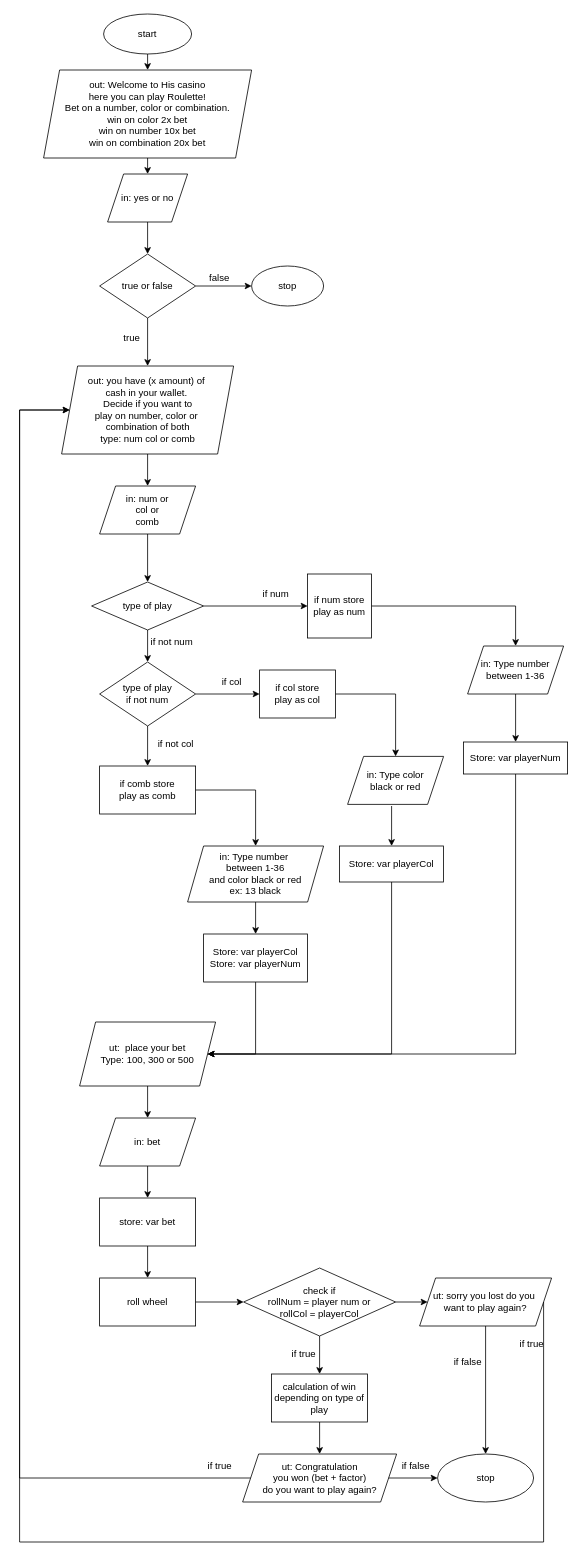
The draw.io diagram roulette.drawio in Bjarnehall/cplusplus, before the edit. Source tidied: cells renumbered, new cells numbered last; positions are measured from the earlier drawing's top-left corner, leaving out a move shared by most shapes. Both pictures are drawn from the tidied source at 80%, with x=0, y=0 at pixel (19, 14).
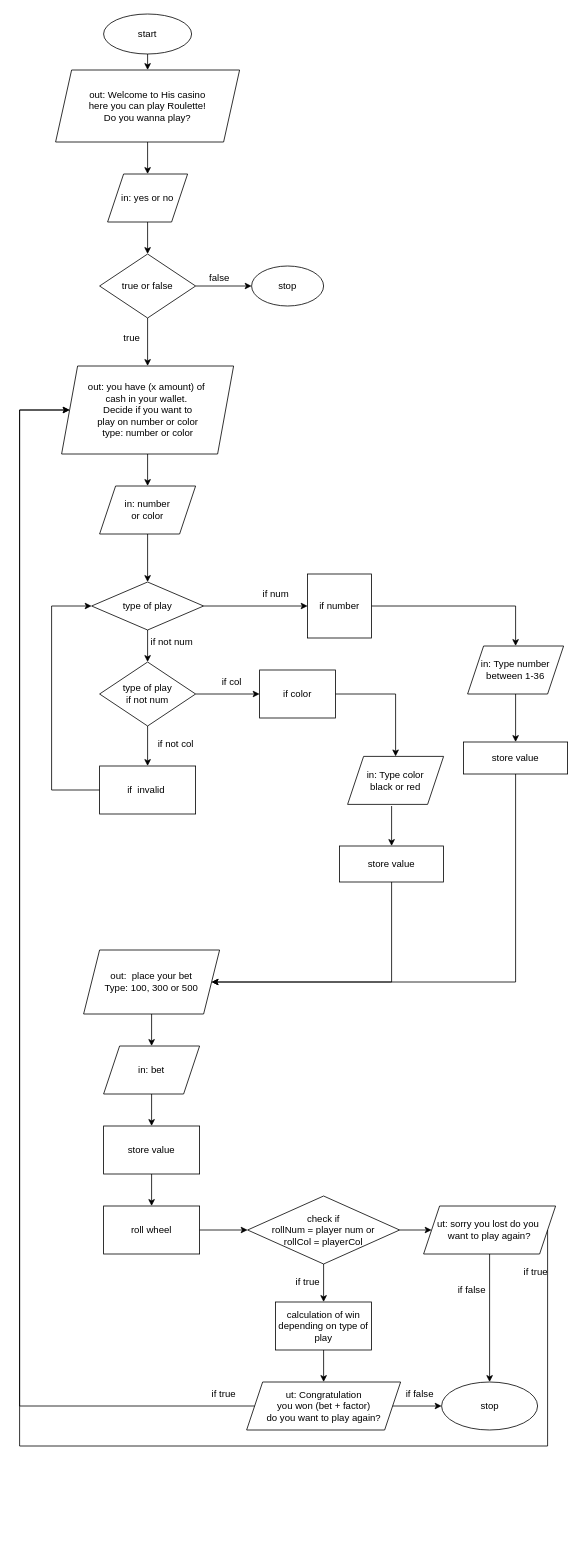
Above is the later version.

Unchanged cells that the change refers to:
```xml
<mxCell id="19" value="type of play" style="rhombus;whiteSpace=wrap;html=1;" parent="1" vertex="1">
  <mxGeometry x="90" y="710" width="140" height="60" as="geometry" />
</mxCell>
```

The edit, as a diff of the source:
```diff
@@
-    <mxCell id="3" value="out: Welcome to His casino&lt;div&gt;here you can play Roulette!&lt;/div&gt;&lt;div&gt;Bet on a number, color or combination.&lt;/div&gt;&lt;div&gt;win on color 2x bet&lt;/div&gt;&lt;div&gt;win on number 10x bet&lt;/div&gt;&lt;div&gt;win on combination 20x bet&lt;/div&gt;" style="shape=parallelogram;perimeter=parallelogramPerimeter;whiteSpace=wrap;html=1;fixedSize=1;" parent="1" vertex="1">
-      <mxGeometry x="30" y="70" width="260" height="110" as="geometry" />
+    <mxCell id="3" value="out: Welcome to His casino&lt;div&gt;here you can play Roulette!&lt;/div&gt;&lt;div&gt;Do you wanna play?&lt;/div&gt;" style="shape=parallelogram;perimeter=parallelogramPerimeter;whiteSpace=wrap;html=1;fixedSize=1;" parent="1" vertex="1">
+      <mxGeometry x="45" y="70" width="230" height="90" as="geometry" />
     </mxCell>
@@
-    <mxCell id="13" value="&lt;div&gt;&lt;br&gt;&lt;/div&gt;out: you have (x amount) of&amp;nbsp;&lt;div&gt;cash&amp;nbsp;&lt;span style=&quot;background-color: initial;&quot;&gt;in your wallet.&amp;nbsp;&lt;/span&gt;&lt;div&gt;&lt;div&gt;Decide if you want to&lt;div&gt;play on number, color or&amp;nbsp;&lt;/div&gt;&lt;div&gt;combination of both&lt;br&gt;&lt;div&gt;&lt;span style=&quot;background-color: initial;&quot;&gt;type: num col or comb&lt;/span&gt;&lt;/div&gt;&lt;/div&gt;&lt;/div&gt;&lt;/div&gt;&lt;/div&gt;&lt;div&gt;&lt;br&gt;&lt;/div&gt;" style="shape=parallelogram;perimeter=parallelogramPerimeter;whiteSpace=wrap;html=1;fixedSize=1;" parent="1" vertex="1">
+    <mxCell id="13" value="&lt;div&gt;&lt;br&gt;&lt;/div&gt;out: you have (x amount) of&amp;nbsp;&lt;div&gt;cash&amp;nbsp;&lt;span style=&quot;background-color: initial;&quot;&gt;in your wallet.&amp;nbsp;&lt;/span&gt;&lt;div&gt;&lt;div&gt;Decide if you want to&lt;div&gt;play on number or color&lt;/div&gt;&lt;div&gt;&lt;div&gt;&lt;span style=&quot;background-color: initial;&quot;&gt;type: number or color&lt;/span&gt;&lt;/div&gt;&lt;/div&gt;&lt;/div&gt;&lt;/div&gt;&lt;/div&gt;&lt;div&gt;&lt;br&gt;&lt;/div&gt;" style="shape=parallelogram;perimeter=parallelogramPerimeter;whiteSpace=wrap;html=1;fixedSize=1;" parent="1" vertex="1">
       <mxGeometry x="52.5" y="440" width="215" height="110" as="geometry" />
     </mxCell>
@@
-    <mxCell id="15" value="in: num or&lt;div&gt;col or&lt;/div&gt;&lt;div&gt;comb&lt;/div&gt;" style="shape=parallelogram;perimeter=parallelogramPerimeter;whiteSpace=wrap;html=1;fixedSize=1;" parent="1" vertex="1">
+    <mxCell id="15" value="in: number&lt;div&gt;or color&lt;/div&gt;" style="shape=parallelogram;perimeter=parallelogramPerimeter;whiteSpace=wrap;html=1;fixedSize=1;" parent="1" vertex="1">
       <mxGeometry x="100" y="590" width="120" height="60" as="geometry" />
     </mxCell>
@@
-    <mxCell id="17" value="if col store&lt;div&gt;play as col&lt;/div&gt;" style="rounded=0;whiteSpace=wrap;html=1;" parent="1" vertex="1">
+    <mxCell id="17" value="if color" style="rounded=0;whiteSpace=wrap;html=1;" parent="1" vertex="1">
       <mxGeometry x="300" y="820" width="95" height="60" as="geometry" />
     </mxCell>
@@
-    <mxCell id="20" value="if num store&lt;div&gt;play as num&lt;/div&gt;" style="whiteSpace=wrap;html=1;" parent="1" vertex="1">
+    <mxCell id="20" value="if number" style="whiteSpace=wrap;html=1;" parent="1" vertex="1">
       <mxGeometry x="360" y="700" width="80" height="80" as="geometry" />
     </mxCell>
@@
-    <mxCell id="27" value="if comb store&lt;div&gt;play as comb&lt;/div&gt;" style="rounded=0;whiteSpace=wrap;html=1;" parent="1" vertex="1">
+    <mxCell id="27" value="if&amp;nbsp; invalid&amp;nbsp;" style="rounded=0;whiteSpace=wrap;html=1;" parent="1" vertex="1">
       <mxGeometry x="100" y="940" width="120" height="60" as="geometry" />
     </mxCell>
@@
-    <mxCell id="34" value="in: Type number&amp;nbsp;&lt;div&gt;between 1-36&lt;/div&gt;&lt;div&gt;and color black or red&lt;/div&gt;&lt;div&gt;ex: 13 black&lt;/div&gt;" style="shape=parallelogram;perimeter=parallelogramPerimeter;whiteSpace=wrap;html=1;fixedSize=1;" parent="1" vertex="1">
-      <mxGeometry x="210" y="1040" width="170" height="70" as="geometry" />
-    </mxCell>
@@
-    <mxCell id="37" style="endArrow=classic;html=1;rounded=0;exitX=1;exitY=0.5;exitDx=0;exitDy=0;entryX=0.5;entryY=0;entryDx=0;entryDy=0;" parent="1" edge="1" source="27" target="34">
-      <mxGeometry relative="1" as="geometry">
-        <Array as="points">
-          <mxPoint x="295" y="970" />
-        </Array>
-      </mxGeometry>
-    </mxCell>
-    <mxCell id="38" value="Store: var playerCol&lt;div&gt;Store: var playerNum&lt;/div&gt;" style="rounded=0;whiteSpace=wrap;html=1;" parent="1" vertex="1">
-      <mxGeometry x="230" y="1150" width="130" height="60" as="geometry" />
-    </mxCell>
-    <mxCell id="39" value="Store: var playerCol" style="rounded=0;whiteSpace=wrap;html=1;" parent="1" vertex="1">
+    <mxCell id="39" value="store value" style="rounded=0;whiteSpace=wrap;html=1;" parent="1" vertex="1">
       <mxGeometry x="400" y="1040" width="130" height="45" as="geometry" />
     </mxCell>
-    <mxCell id="40" value="&lt;div&gt;Store: var playerNum&lt;/div&gt;" style="rounded=0;whiteSpace=wrap;html=1;" parent="1" vertex="1">
+    <mxCell id="40" value="&lt;div&gt;store value&lt;/div&gt;" style="rounded=0;whiteSpace=wrap;html=1;" parent="1" vertex="1">
       <mxGeometry x="555" y="910" width="130" height="40" as="geometry" />
     </mxCell>
@@
-    <mxCell id="43" style="endArrow=classic;html=1;rounded=0;exitX=0.5;exitY=1;exitDx=0;exitDy=0;entryX=0.5;entryY=0;entryDx=0;entryDy=0;" parent="1" edge="1" source="34" target="38">
-      <mxGeometry relative="1" as="geometry" />
-    </mxCell>
-    <mxCell id="44" value="ut:&amp;nbsp; place your bet&lt;div&gt;Type: 100, 300 or 500&lt;/div&gt;" style="shape=parallelogram;perimeter=parallelogramPerimeter;whiteSpace=wrap;html=1;fixedSize=1;" parent="1" vertex="1">
-      <mxGeometry x="75" y="1260" width="170" height="80" as="geometry" />
+    <mxCell id="44" value="out:&amp;nbsp; place your bet&lt;div&gt;Type: 100, 300 or 500&lt;/div&gt;" style="shape=parallelogram;perimeter=parallelogramPerimeter;whiteSpace=wrap;html=1;fixedSize=1;" parent="1" vertex="1">
+      <mxGeometry x="80" y="1170" width="170" height="80" as="geometry" />
     </mxCell>
-    <mxCell id="45" style="endArrow=classic;html=1;rounded=0;exitX=0.5;exitY=1;exitDx=0;exitDy=0;entryX=1;entryY=0.5;entryDx=0;entryDy=0;" parent="1" edge="1" source="38" target="44">
-      <mxGeometry relative="1" as="geometry">
-        <Array as="points">
-          <mxPoint x="295" y="1300" />
-        </Array>
-      </mxGeometry>
-    </mxCell>
     <mxCell id="46" style="endArrow=classic;html=1;rounded=0;exitX=0.5;exitY=1;exitDx=0;exitDy=0;entryX=1;entryY=0.5;entryDx=0;entryDy=0;" parent="1" edge="1" source="39" target="44">
       <mxGeometry relative="1" as="geometry">
         <Array as="points">
-          <mxPoint x="465" y="1300" />
+          <mxPoint x="465" y="1210" />
         </Array>
       </mxGeometry>
     </mxCell>
     <mxCell id="47" style="endArrow=classic;html=1;rounded=0;entryX=1;entryY=0.5;entryDx=0;entryDy=0;exitX=0.5;exitY=1;exitDx=0;exitDy=0;" parent="1" edge="1" source="40" target="44">
       <mxGeometry relative="1" as="geometry">
         <Array as="points">
-          <mxPoint x="620" y="1300" />
+          <mxPoint x="620" y="1210" />
         </Array>
       </mxGeometry>
     </mxCell>
     <mxCell id="48" value="in: bet" style="shape=parallelogram;perimeter=parallelogramPerimeter;whiteSpace=wrap;html=1;fixedSize=1;" parent="1" vertex="1">
-      <mxGeometry x="100" y="1380" width="120" height="60" as="geometry" />
+      <mxGeometry x="105" y="1290" width="120" height="60" as="geometry" />
     </mxCell>
-    <mxCell id="49" value="store: var bet" style="rounded=0;whiteSpace=wrap;html=1;" parent="1" vertex="1">
-      <mxGeometry x="100" y="1480" width="120" height="60" as="geometry" />
+    <mxCell id="49" value="store value" style="rounded=0;whiteSpace=wrap;html=1;" parent="1" vertex="1">
+      <mxGeometry x="105" y="1390" width="120" height="60" as="geometry" />
     </mxCell>
@@
     <mxCell id="52" value="roll wheel" style="rounded=0;whiteSpace=wrap;html=1;" parent="1" vertex="1">
-      <mxGeometry x="100" y="1580" width="120" height="60" as="geometry" />
+      <mxGeometry x="105" y="1490" width="120" height="60" as="geometry" />
     </mxCell>
@@
     <mxCell id="54" value="&lt;div&gt;&lt;span style=&quot;background-color: initial;&quot;&gt;check if&lt;/span&gt;&lt;/div&gt;&lt;span style=&quot;background-color: initial;&quot;&gt;rollNum = player num or&lt;/span&gt;&lt;div&gt;&lt;div&gt;rollCol = playerCol&lt;/div&gt;&lt;/div&gt;" style="rhombus;whiteSpace=wrap;html=1;" parent="1" vertex="1">
-      <mxGeometry x="280" y="1567.5" width="190" height="85" as="geometry" />
+      <mxGeometry x="285" y="1477.5" width="190" height="85" as="geometry" />
     </mxCell>
@@
     <mxCell id="56" value="calculation of win depending on type of play" style="rounded=0;whiteSpace=wrap;html=1;" parent="1" vertex="1">
-      <mxGeometry x="315" y="1700" width="120" height="60" as="geometry" />
+      <mxGeometry x="320" y="1610" width="120" height="60" as="geometry" />
     </mxCell>
     <mxCell id="57" value="if true" style="text;html=1;align=center;verticalAlign=middle;strokeColor=none;fillColor=none;" parent="1" vertex="1">
-      <mxGeometry x="330" y="1660" width="50" height="30" as="geometry" />
+      <mxGeometry x="335" y="1570" width="50" height="30" as="geometry" />
     </mxCell>
@@
     <mxCell id="59" value="ut: Congratulation&lt;div&gt;you won (bet + factor)&lt;/div&gt;&lt;div&gt;do you want to play again?&lt;/div&gt;" style="shape=parallelogram;perimeter=parallelogramPerimeter;whiteSpace=wrap;html=1;fixedSize=1;" parent="1" vertex="1">
-      <mxGeometry x="278.8" y="1800" width="192.5" height="60" as="geometry" />
+      <mxGeometry x="283.8" y="1710" width="192.5" height="60" as="geometry" />
     </mxCell>
@@
     <mxCell id="61" value="ut: sorry you lost do you&amp;nbsp;&lt;div&gt;want to play again?&lt;/div&gt;" style="shape=parallelogram;perimeter=parallelogramPerimeter;whiteSpace=wrap;html=1;fixedSize=1;" parent="1" vertex="1">
-      <mxGeometry x="500" y="1580" width="165" height="60" as="geometry" />
+      <mxGeometry x="505" y="1490" width="165" height="60" as="geometry" />
     </mxCell>
@@
     <mxCell id="63" value="stop" style="ellipse;whiteSpace=wrap;html=1;" parent="1" vertex="1">
-      <mxGeometry x="522.5" y="1800" width="120" height="60" as="geometry" />
+      <mxGeometry x="527.5" y="1710" width="120" height="60" as="geometry" />
     </mxCell>
@@
     <mxCell id="66" value="if false" style="text;html=1;align=center;verticalAlign=middle;strokeColor=none;fillColor=none;" parent="1" vertex="1">
-      <mxGeometry x="465" y="1800" width="60" height="30" as="geometry" />
+      <mxGeometry x="470" y="1710" width="60" height="30" as="geometry" />
     </mxCell>
     <mxCell id="67" value="if false" style="text;html=1;align=center;verticalAlign=middle;strokeColor=none;fillColor=none;" parent="1" vertex="1">
-      <mxGeometry x="530" y="1670" width="60" height="30" as="geometry" />
+      <mxGeometry x="535" y="1580" width="60" height="30" as="geometry" />
     </mxCell>
     <mxCell id="68" style="endArrow=classic;html=1;rounded=0;exitX=0;exitY=0.5;exitDx=0;exitDy=0;entryX=0;entryY=0.5;entryDx=0;entryDy=0;" parent="1" edge="1" source="59" target="13">
       <mxGeometry relative="1" as="geometry">
         <Array as="points">
-          <mxPoint y="1830" />
+          <mxPoint y="1740" />
           <mxPoint y="495" />
         </Array>
       </mxGeometry>
     </mxCell>
     <mxCell id="69" value="if true" style="text;html=1;align=center;verticalAlign=middle;strokeColor=none;fillColor=none;" parent="1" vertex="1">
-      <mxGeometry x="225" y="1800" width="50" height="30" as="geometry" />
+      <mxGeometry x="230" y="1710" width="50" height="30" as="geometry" />
     </mxCell>
     <mxCell id="70" style="endArrow=classic;html=1;rounded=0;exitX=1;exitY=0.5;exitDx=0;exitDy=0;entryX=0;entryY=0.5;entryDx=0;entryDy=0;" parent="1" edge="1" source="61" target="13">
       <mxGeometry relative="1" as="geometry">
         <Array as="points">
-          <mxPoint x="655" y="1910" />
-          <mxPoint y="1910" />
+          <mxPoint x="660" y="1790" />
+          <mxPoint y="1790" />
           <mxPoint y="495" />
         </Array>
       </mxGeometry>
     </mxCell>
     <mxCell id="71" value="if true" style="text;html=1;align=center;verticalAlign=middle;strokeColor=none;fillColor=none;" parent="1" vertex="1">
-      <mxGeometry x="615" y="1648" width="50" height="30" as="geometry" />
+      <mxGeometry x="620" y="1558" width="50" height="30" as="geometry" />
     </mxCell>
+    <mxCell id="72" style="endArrow=classic;html=1;rounded=0;exitX=0;exitY=0.5;exitDx=0;exitDy=0;entryX=0;entryY=0.5;entryDx=0;entryDy=0;" parent="1" edge="1" source="27" target="19">
+      <mxGeometry relative="1" as="geometry">
+        <Array as="points">
+          <mxPoint x="40" y="970" />
+          <mxPoint x="40" y="740" />
+        </Array>
+      </mxGeometry>
+    </mxCell>
```
